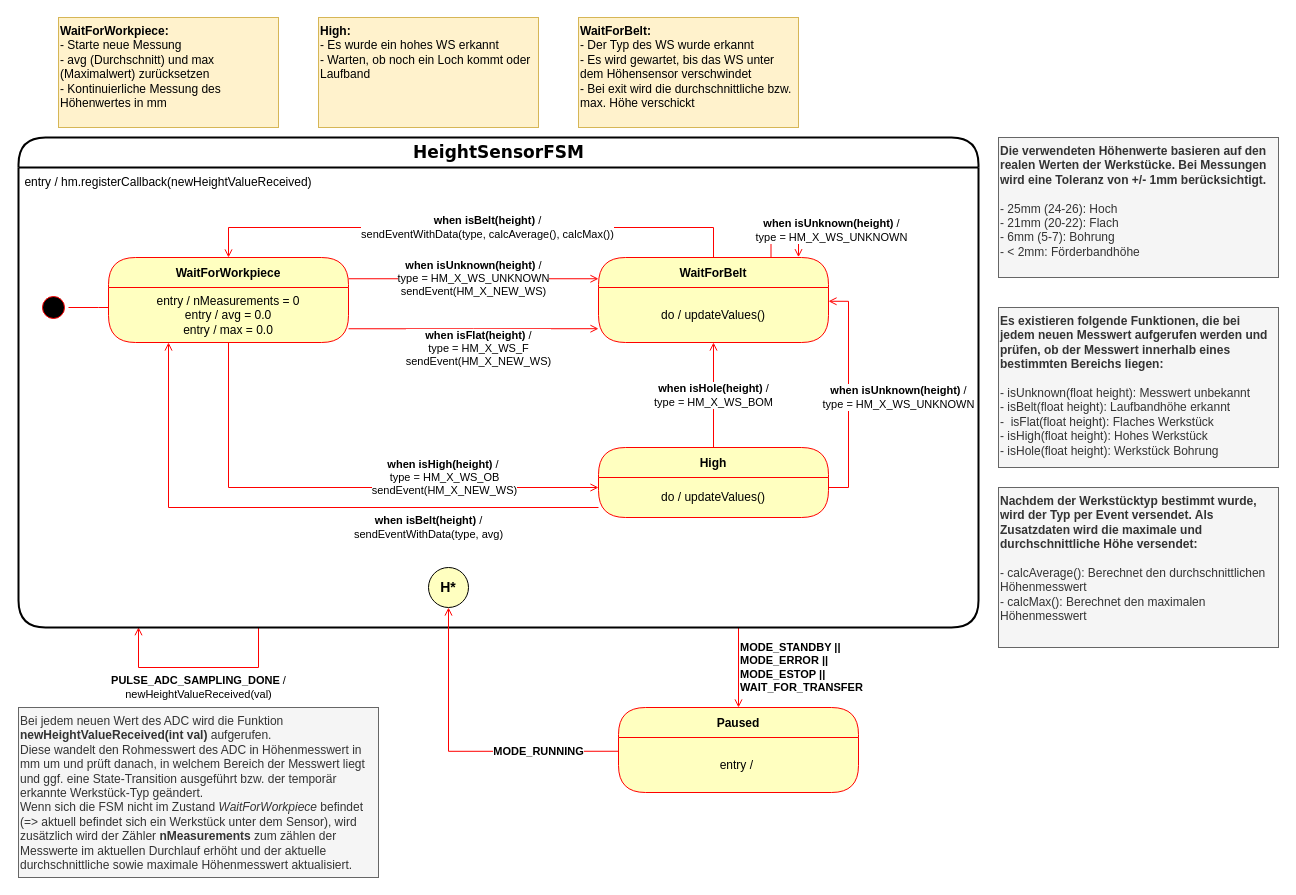
This is page "height" (3 of 6) of docs/diagrams/fsm/state_machines.drawio from u2knwy/ESEP-2023SoSe-Team-2-1, a draw.io file, before an edit. Source tidied: cells renumbered, new cells numbered last; positions are measured from the earlier drawing's top-left corner, leaving out a move shared by most shapes. Both pictures are drawn from the tidied source at 100%, with x=0, y=0 at pixel (18, 17).
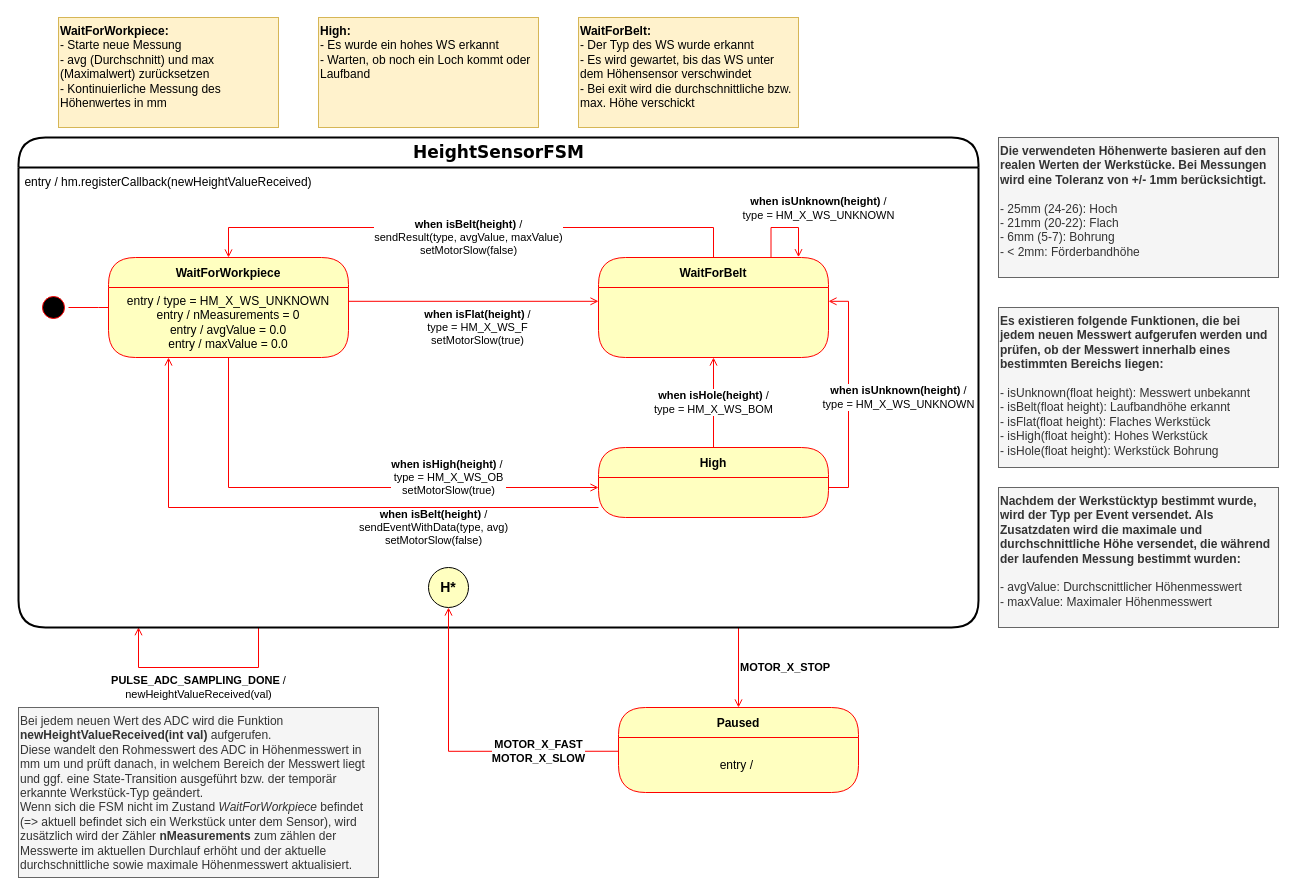
The same page after the edit.

Commit message (it also covers changes not shown here):
Update motor control logic

Unchanged cells that the change refers to:
```xml
<mxCell id="4" value="&lt;font face=&quot;Verdana&quot; style=&quot;font-size: 17px&quot;&gt;HeightSensorFSM&lt;/font&gt;" style="swimlane;html=1;fontStyle=1;align=center;verticalAlign=middle;horizontal=1;startSize=30;fontColor=#000000;rounded=1;arcSize=30;strokeColor=#000000;swimlaneFillColor=#FFFFFF;fillColor=#FFFFFF;strokeWidth=2;" parent="1" vertex="1">
  <mxGeometry y="120" width="960" height="490" as="geometry" />
</mxCell>
<mxCell id="13" value="High" style="swimlane;fontStyle=1;align=center;verticalAlign=middle;horizontal=1;startSize=30;fontColor=#000000;rounded=1;arcSize=30;strokeColor=#ff0000;fillColor=#ffffc0;swimlaneFillColor=#ffffc0;" parent="1" vertex="1">
  <mxGeometry x="580" y="430" width="230" height="70" as="geometry" />
</mxCell>
<mxCell id="23" value="Paused" style="swimlane;fontStyle=1;align=center;verticalAlign=middle;horizontal=1;startSize=30;fontColor=#000000;rounded=1;arcSize=30;strokeColor=#ff0000;fillColor=#ffffc0;swimlaneFillColor=#ffffc0;" parent="1" vertex="1">
  <mxGeometry x="600" y="690" width="240" height="85" as="geometry" />
</mxCell>
<mxCell id="24" value="entry /&amp;nbsp;" style="text;html=1;strokeColor=none;fillColor=none;align=center;verticalAlign=middle;spacingLeft=4;spacingRight=4;whiteSpace=wrap;overflow=hidden;fontColor=#000000;" parent="23" vertex="1">
  <mxGeometry y="30" width="240" height="55" as="geometry" />
</mxCell>
<mxCell id="25" value="H*" style="ellipse;whiteSpace=wrap;html=1;rounded=1;fillColor=#FFFFC0;fontStyle=1;fontSize=14;" parent="1" vertex="1">
  <mxGeometry x="410" y="550" width="40" height="40" as="geometry" />
</mxCell>
```

Change to the diagram source:
```diff
@@
-    <mxCell id="2" value="MODE_STANDBY || &lt;br&gt;MODE_ERROR || &lt;br&gt;MODE_ESTOP ||&lt;br&gt;WAIT_FOR_TRANSFER" style="edgeStyle=orthogonalEdgeStyle;rounded=0;jettySize=auto;html=1;exitX=0.75;exitY=1;exitDx=0;exitDy=0;entryX=0.5;entryY=0;entryDx=0;entryDy=0;strokeColor=#FF0000;endArrow=open;endFill=0;fontStyle=1;align=left;" parent="1" edge="1" source="4" target="23">
+    <mxCell id="2" value="MOTOR_X_STOP" style="edgeStyle=orthogonalEdgeStyle;rounded=0;jettySize=auto;html=1;exitX=0.75;exitY=1;exitDx=0;exitDy=0;entryX=0.5;entryY=0;entryDx=0;entryDy=0;strokeColor=#FF0000;endArrow=open;endFill=0;fontStyle=1;align=left;" parent="1" edge="1" source="4" target="23">
       <mxGeometry relative="1" as="geometry" />
     </mxCell>
@@
-    <mxCell id="7" value="&lt;b style=&quot;border-color: var(--border-color);&quot;&gt;when isUnknown(height)&lt;/b&gt;&amp;nbsp;/&lt;br style=&quot;border-color: var(--border-color);&quot;&gt;type = HM_X_WS_UNKNOWN&lt;br&gt;sendEvent(HM_X_NEW_WS)" style="edgeStyle=orthogonalEdgeStyle;rounded=0;jettySize=auto;html=1;exitX=1;exitY=0.25;exitDx=0;exitDy=0;entryX=0;entryY=0.25;entryDx=0;entryDy=0;strokeColor=#FF0000;endArrow=open;endFill=0;" parent="1" edge="1" source="8" target="17">
-      <mxGeometry relative="1" as="geometry" />
-    </mxCell>
     <mxCell id="8" value="WaitForWorkpiece" style="swimlane;fontStyle=1;align=center;verticalAlign=middle;horizontal=1;startSize=30;fontColor=#000000;rounded=1;arcSize=30;strokeColor=#ff0000;fillColor=#ffffc0;swimlaneFillColor=#ffffc0;" parent="1" vertex="1">
-      <mxGeometry x="90" y="240" width="240" height="85" as="geometry" />
+      <mxGeometry x="90" y="240" width="240" height="100" as="geometry" />
     </mxCell>
-    <mxCell id="9" value="entry / nMeasurements = 0&lt;br&gt;entry / avg = 0.0&lt;br&gt;entry / max = 0.0" style="text;html=1;strokeColor=none;fillColor=none;align=center;verticalAlign=middle;spacingLeft=4;spacingRight=4;whiteSpace=wrap;overflow=hidden;fontColor=#000000;" parent="8" vertex="1">
-      <mxGeometry y="30" width="240" height="55" as="geometry" />
+    <mxCell id="9" value="entry / type = HM_X_WS_UNKNOWN&lt;br&gt;entry / nMeasurements = 0&lt;br&gt;entry / avgValue = 0.0&lt;br&gt;entry / maxValue = 0.0" style="text;html=1;strokeColor=none;fillColor=none;align=center;verticalAlign=middle;spacingLeft=4;spacingRight=4;whiteSpace=wrap;overflow=hidden;fontColor=#000000;" parent="8" vertex="1">
+      <mxGeometry y="30" width="240" height="70" as="geometry" />
     </mxCell>
-    <mxCell id="10" value="&lt;b&gt;when isBelt(height)&amp;nbsp;&lt;/b&gt;/&lt;br&gt;sendEventWithData(type, calcAverage(), calcMax())" style="edgeStyle=orthogonalEdgeStyle;rounded=0;jettySize=auto;html=1;exitX=0.5;exitY=0;exitDx=0;exitDy=0;entryX=0.5;entryY=0;entryDx=0;entryDy=0;strokeColor=#FF0000;endArrow=open;endFill=0;" parent="1" edge="1" source="17" target="8">
-      <mxGeometry x="-0.06" relative="1" as="geometry">
+    <mxCell id="10" value="&lt;b&gt;when isBelt(height)&amp;nbsp;&lt;/b&gt;/&lt;br&gt;sendResult(type, avgValue, maxValue)&lt;br&gt;setMotorSlow(false)" style="edgeStyle=orthogonalEdgeStyle;rounded=0;jettySize=auto;html=1;exitX=0.5;exitY=0;exitDx=0;exitDy=0;entryX=0.5;entryY=0;entryDx=0;entryDy=0;strokeColor=#FF0000;endArrow=open;endFill=0;" parent="1" edge="1" source="17" target="8">
+      <mxGeometry x="0.01" y="10" relative="1" as="geometry">
         <Array as="points">
           <mxPoint x="695" y="210" />
           <mxPoint x="210" y="210" />
         </Array>
       </mxGeometry>
     </mxCell>
-    <mxCell id="11" value="&lt;b&gt;when isFlat(height)&lt;/b&gt; /&lt;br&gt;type = HM_X_WS_F&lt;br&gt;sendEvent(HM_X_NEW_WS)" style="edgeStyle=orthogonalEdgeStyle;rounded=0;jettySize=auto;html=1;exitX=1;exitY=0.75;exitDx=0;exitDy=0;entryX=0;entryY=0.75;entryDx=0;entryDy=0;strokeColor=#FF0000;endArrow=open;endFill=0;" parent="1" edge="1" source="9">
-      <mxGeometry x="0.04" y="-19" relative="1" as="geometry">
-        <mxPoint x="580" y="311.2" as="targetPoint" />
+    <mxCell id="11" value="&lt;b&gt;when isFlat(height)&lt;/b&gt; /&lt;br&gt;type = HM_X_WS_F&lt;br&gt;setMotorSlow(true)" style="edgeStyle=orthogonalEdgeStyle;rounded=0;jettySize=auto;html=1;exitX=1;exitY=0.25;exitDx=0;exitDy=0;entryX=0;entryY=0.25;entryDx=0;entryDy=0;strokeColor=#FF0000;endArrow=open;endFill=0;" parent="1" edge="1" source="9">
+      <mxGeometry x="0.05" y="-26" relative="1" as="geometry">
+        <mxPoint x="580" y="283.8" as="targetPoint" />
+        <Array as="points">
+          <mxPoint x="330" y="284" />
+        </Array>
       </mxGeometry>
     </mxCell>
-    <mxCell id="12" value="&lt;b&gt;when isHole(height)&lt;/b&gt;&amp;nbsp;/&lt;br&gt;type = HM_X_WS_BOM" style="edgeStyle=orthogonalEdgeStyle;rounded=0;jettySize=auto;html=1;exitX=0.5;exitY=0;exitDx=0;exitDy=0;entryX=0.5;entryY=1;entryDx=0;entryDy=0;strokeColor=#FF0000;endArrow=open;endFill=0;" parent="1" edge="1" source="13">
-      <mxGeometry relative="1" as="geometry">
-        <mxPoint x="695" y="325" as="targetPoint" />
-      </mxGeometry>
+    <mxCell id="12" value="&lt;b&gt;when isHole(height)&lt;/b&gt;&amp;nbsp;/&lt;br&gt;type = HM_X_WS_BOM" style="edgeStyle=orthogonalEdgeStyle;rounded=0;jettySize=auto;html=1;exitX=0.5;exitY=0;exitDx=0;exitDy=0;entryX=0.5;entryY=1;entryDx=0;entryDy=0;strokeColor=#FF0000;endArrow=open;endFill=0;" parent="1" edge="1" source="13" target="17">
+      <mxGeometry relative="1" as="geometry" />
     </mxCell>
@@
-    <mxCell id="14" value="&lt;b&gt;when isHigh(height)&lt;/b&gt;&amp;nbsp;/&amp;nbsp;&lt;br&gt;type = HM_X_WS_OB&lt;br&gt;sendEvent(HM_X_NEW_WS)" style="edgeStyle=orthogonalEdgeStyle;rounded=0;jettySize=auto;html=1;exitX=0.5;exitY=1;exitDx=0;exitDy=0;entryX=0;entryY=0.25;entryDx=0;entryDy=0;strokeColor=#FF0000;endArrow=open;endFill=0;" parent="1" edge="1" source="9">
+    <mxCell id="14" value="&lt;b&gt;when isHigh(height)&lt;/b&gt;&amp;nbsp;/&amp;nbsp;&lt;br&gt;type = HM_X_WS_OB&lt;br&gt;setMotorSlow(true)" style="edgeStyle=orthogonalEdgeStyle;rounded=0;jettySize=auto;html=1;exitX=0.5;exitY=1;exitDx=0;exitDy=0;entryX=0;entryY=0.25;entryDx=0;entryDy=0;strokeColor=#FF0000;endArrow=open;endFill=0;" parent="1" edge="1" source="9">
       <mxGeometry x="0.4" y="10" relative="1" as="geometry">
         <mxPoint x="580" y="470" as="targetPoint" />
         <Array as="points">
           <mxPoint x="210" y="470" />
         </Array>
       </mxGeometry>
     </mxCell>
-    <mxCell id="15" value="&lt;b style=&quot;border-color: var(--border-color);&quot;&gt;when isBelt(height)&amp;nbsp;&lt;/b&gt;/&lt;br style=&quot;border-color: var(--border-color);&quot;&gt;sendEventWithData(type, avg)" style="edgeStyle=orthogonalEdgeStyle;rounded=0;jettySize=auto;html=1;exitX=0;exitY=0.75;exitDx=0;exitDy=0;entryX=0.25;entryY=1;entryDx=0;entryDy=0;strokeColor=#FF0000;endArrow=open;endFill=0;" parent="1" edge="1" target="9">
+    <mxCell id="15" value="&lt;b style=&quot;border-color: var(--border-color);&quot;&gt;when isBelt(height)&amp;nbsp;&lt;/b&gt;/&lt;br style=&quot;border-color: var(--border-color);&quot;&gt;sendEventWithData(type, avg)&lt;br&gt;setMotorSlow(false)" style="edgeStyle=orthogonalEdgeStyle;rounded=0;jettySize=auto;html=1;exitX=0;exitY=0.75;exitDx=0;exitDy=0;entryX=0.25;entryY=1;entryDx=0;entryDy=0;strokeColor=#FF0000;endArrow=open;endFill=0;" parent="1" edge="1" target="9">
       <mxGeometry x="-0.43" y="20" relative="1" as="geometry">
         <mxPoint x="580" y="490" as="sourcePoint" />
         <Array as="points">
           <mxPoint x="150" y="490" />
         </Array>
       </mxGeometry>
     </mxCell>
     <mxCell id="16" value="&lt;b style=&quot;border-color: var(--border-color);&quot;&gt;when isUnknown(height)&lt;/b&gt;&amp;nbsp;/&lt;br style=&quot;border-color: var(--border-color);&quot;&gt;type = HM_X_WS_UNKNOWN" style="edgeStyle=orthogonalEdgeStyle;rounded=0;jettySize=auto;html=1;exitX=0.75;exitY=0;exitDx=0;exitDy=0;strokeColor=#FF0000;endArrow=open;endFill=0;" parent="1" edge="1" source="17">
-      <mxGeometry x="0.32" y="22" relative="1" as="geometry">
+      <mxGeometry x="0.32" y="28" relative="1" as="geometry">
         <mxPoint x="780" y="239.7" as="targetPoint" />
         <Array as="points">
           <mxPoint x="753" y="210" />
           <mxPoint x="780" y="210" />
         </Array>
-        <mxPoint x="11" y="2" as="offset" />
+        <mxPoint x="-8" y="-20" as="offset" />
       </mxGeometry>
     </mxCell>
     <mxCell id="17" value="WaitForBelt" style="swimlane;fontStyle=1;align=center;verticalAlign=middle;horizontal=1;startSize=30;fontColor=#000000;rounded=1;arcSize=30;strokeColor=#ff0000;fillColor=#ffffc0;swimlaneFillColor=#ffffc0;" parent="1" vertex="1">
-      <mxGeometry x="580" y="240" width="230" height="85" as="geometry" />
+      <mxGeometry x="580" y="240" width="230" height="100" as="geometry" />
     </mxCell>
@@
-    <mxCell id="26" value="MODE_RUNNING" style="edgeStyle=orthogonalEdgeStyle;rounded=0;jettySize=auto;html=1;exitX=0;exitY=0.25;exitDx=0;exitDy=0;entryX=0.5;entryY=1;entryDx=0;entryDy=0;strokeColor=#FF0000;endArrow=open;endFill=0;fontStyle=1;" parent="1" edge="1" source="24" target="25">
+    <mxCell id="26" value="MOTOR_X_FAST&lt;br&gt;MOTOR_X_SLOW" style="edgeStyle=orthogonalEdgeStyle;rounded=0;jettySize=auto;html=1;exitX=0;exitY=0.25;exitDx=0;exitDy=0;entryX=0.5;entryY=1;entryDx=0;entryDy=0;strokeColor=#FF0000;endArrow=open;endFill=0;fontStyle=1;" parent="1" edge="1" source="24" target="25">
       <mxGeometry x="-0.49" relative="1" as="geometry" />
     </mxCell>
-    <mxCell id="27" value="do / updateValues()" style="text;html=1;strokeColor=none;fillColor=none;align=center;verticalAlign=middle;spacingLeft=4;spacingRight=4;whiteSpace=wrap;overflow=hidden;fontColor=#000000;" parent="1" vertex="1">
-      <mxGeometry x="580" y="270" width="230" height="55" as="geometry" />
-    </mxCell>
-    <mxCell id="28" value="&lt;b style=&quot;border-color: var(--border-color);&quot;&gt;when isUnknown(height)&lt;/b&gt;&amp;nbsp;/&lt;br style=&quot;border-color: var(--border-color);&quot;&gt;type = HM_X_WS_UNKNOWN" style="edgeStyle=orthogonalEdgeStyle;rounded=0;jettySize=auto;html=1;exitX=1;exitY=0.25;exitDx=0;exitDy=0;entryX=1;entryY=0.25;entryDx=0;entryDy=0;strokeColor=#FF0000;endArrow=open;endFill=0;" parent="1" edge="1" source="29" target="27">
-      <mxGeometry x="-0.03" y="-50" relative="1" as="geometry" />
+    <mxCell id="28" value="&lt;b style=&quot;border-color: var(--border-color);&quot;&gt;when isUnknown(height)&lt;/b&gt;&amp;nbsp;/&lt;br style=&quot;border-color: var(--border-color);&quot;&gt;type = HM_X_WS_UNKNOWN" style="edgeStyle=orthogonalEdgeStyle;rounded=0;orthogonalLoop=1;jettySize=auto;html=1;exitX=1;exitY=0.25;exitDx=0;exitDy=0;entryX=1;entryY=0.25;entryDx=0;entryDy=0;strokeColor=#FF0000;endArrow=open;endFill=0;" parent="1" edge="1">
+      <mxGeometry x="-0.03" y="-50" relative="1" as="geometry">
+        <mxPoint x="810" y="470" as="sourcePoint" />
+        <mxPoint x="810" y="283.8" as="targetPoint" />
+        <Array as="points">
+          <mxPoint x="830" y="470" />
+          <mxPoint x="830" y="284" />
+        </Array>
+      </mxGeometry>
     </mxCell>
-    <mxCell id="29" value="do / updateValues()" style="text;html=1;strokeColor=none;fillColor=none;align=center;verticalAlign=middle;spacingLeft=4;spacingRight=4;whiteSpace=wrap;overflow=hidden;fontColor=#000000;" parent="1" vertex="1">
-      <mxGeometry x="580" y="460" width="230" height="40" as="geometry" />
-    </mxCell>
-    <mxCell id="30" value="&lt;b&gt;Es existieren folgende Funktionen, die bei jedem neuen Messwert aufgerufen werden und prüfen, ob der Messwert innerhalb eines bestimmten Bereichs liegen:&lt;br&gt;&lt;/b&gt;&lt;br&gt;- isUnknown(float height): Messwert unbekannt&lt;br&gt;- isBelt(float height): Laufbandhöhe erkannt&lt;br&gt;-&amp;nbsp; isFlat(float height): Flaches Werkstück&lt;br&gt;- isHigh(float height): Hohes Werkstück&lt;br&gt;- isHole(float height): Werkstück Bohrung" style="text;html=1;strokeColor=#666666;fillColor=#f5f5f5;align=left;verticalAlign=top;whiteSpace=wrap;rounded=0;fontColor=#333333;" parent="1" vertex="1">
+    <mxCell id="30" value="&lt;b&gt;Es existieren folgende Funktionen, die bei jedem neuen Messwert aufgerufen werden und prüfen, ob der Messwert innerhalb eines bestimmten Bereichs liegen:&lt;br&gt;&lt;/b&gt;&lt;br&gt;- isUnknown(float height): Messwert unbekannt&lt;br&gt;- isBelt(float height): Laufbandhöhe erkannt&lt;br&gt;- isFlat(float height): Flaches Werkstück&lt;br&gt;- isHigh(float height): Hohes Werkstück&lt;br&gt;- isHole(float height): Werkstück Bohrung" style="text;html=1;strokeColor=#666666;fillColor=#f5f5f5;align=left;verticalAlign=top;whiteSpace=wrap;rounded=0;fontColor=#333333;" parent="1" vertex="1">
       <mxGeometry x="980" y="290" width="280" height="160" as="geometry" />
     </mxCell>
-    <mxCell id="31" value="&lt;b&gt;Nachdem der Werkstücktyp bestimmt wurde, wird der Typ per Event versendet. Als Zusatzdaten wird die maximale und durchschnittliche Höhe versendet:&lt;br&gt;&lt;/b&gt;&lt;br&gt;- calcAverage(): Berechnet den durchschnittlichen Höhenmesswert&lt;br&gt;- calcMax(): Berechnet den maximalen Höhenmesswert" style="text;html=1;strokeColor=#666666;fillColor=#f5f5f5;align=left;verticalAlign=top;whiteSpace=wrap;rounded=0;fontColor=#333333;" parent="1" vertex="1">
-      <mxGeometry x="980" y="470" width="280" height="160" as="geometry" />
+    <mxCell id="31" value="&lt;b&gt;Nachdem der Werkstücktyp bestimmt wurde, wird der Typ per Event versendet. Als Zusatzdaten wird die maximale und durchschnittliche Höhe versendet, die während der laufenden Messung bestimmt wurden:&lt;br&gt;&lt;/b&gt;&lt;br&gt;- avgValue: Durchscnittlicher Höhenmesswert&lt;br&gt;- maxValue: Maximaler Höhenmesswert" style="text;html=1;strokeColor=#666666;fillColor=#f5f5f5;align=left;verticalAlign=top;whiteSpace=wrap;rounded=0;fontColor=#333333;" parent="1" vertex="1">
+      <mxGeometry x="980" y="470" width="280" height="140" as="geometry" />
     </mxCell>
```
